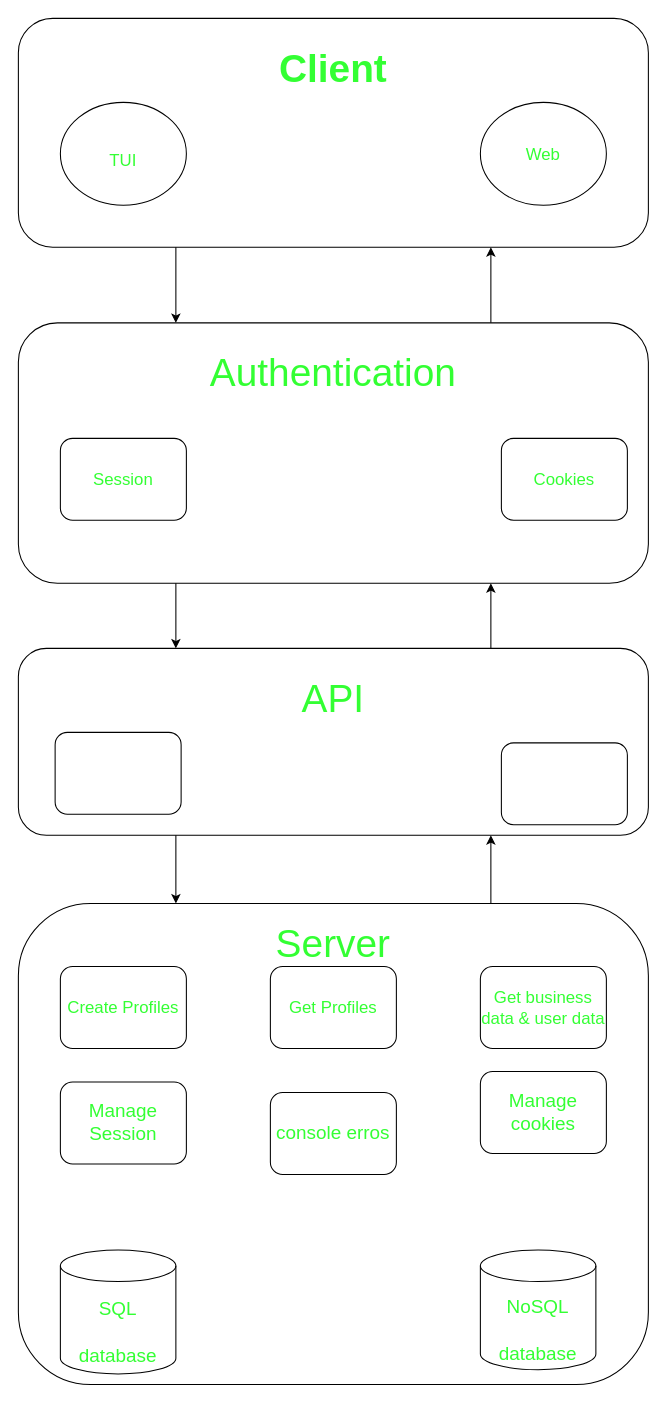
AchiraALX/final_project keeps this draw.io diagram as architecture.drawio. Above is the earlier version. Source tidied: cells renumbered, new cells numbered last; positions are measured from the earlier drawing's top-left corner, leaving out a move shared by most shapes. Both pictures are drawn from the tidied source at 105%, with x=0, y=0 at pixel (18, 18).
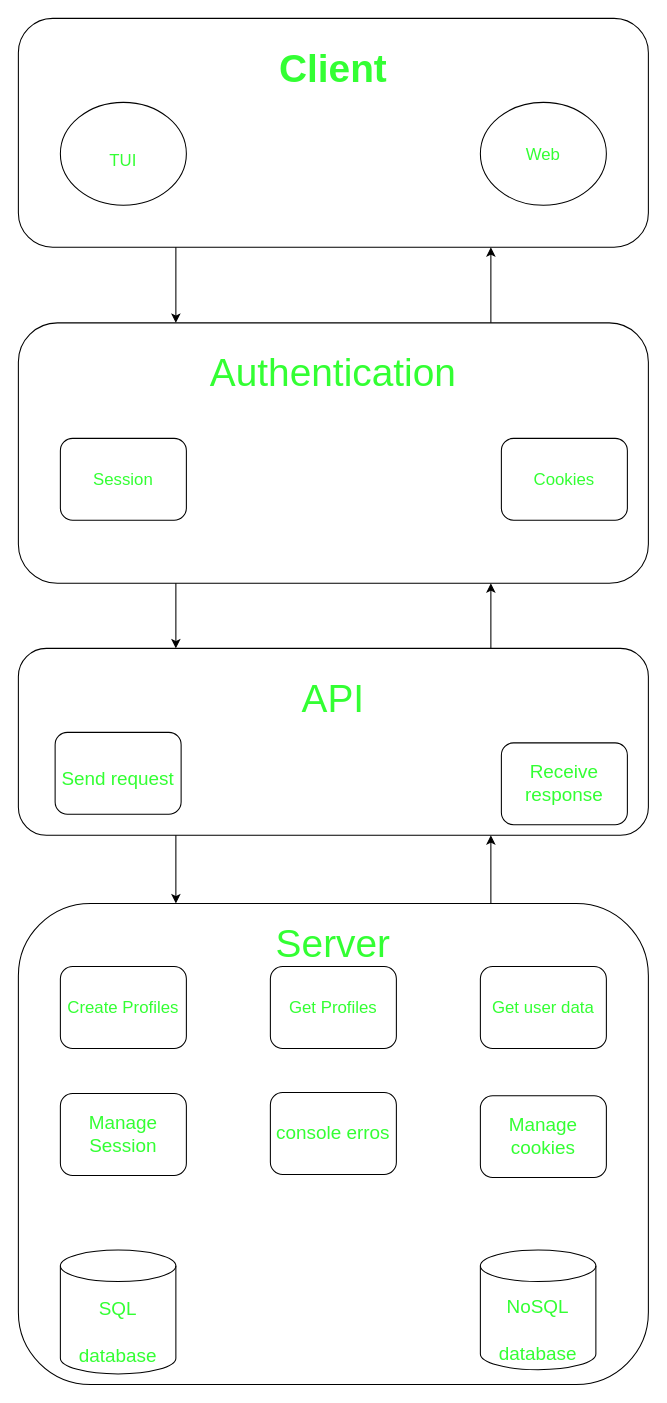
After the change.

What changed in the source:
```diff
@@
-    <mxCell id="18" value="Get business data &amp;amp; user data" style="rounded=1;whiteSpace=wrap;html=1;strokeColor=default;fontSize=16;fontColor=#33FF33;fillColor=none;" parent="1" vertex="1">
+    <mxCell id="18" value="Get user data" style="rounded=1;whiteSpace=wrap;html=1;strokeColor=default;fontSize=16;fontColor=#33FF33;fillColor=none;" parent="1" vertex="1">
       <mxGeometry x="440" y="903" width="120" height="78" as="geometry" />
     </mxCell>
@@
     <mxCell id="20" value="Manage Session" style="rounded=1;whiteSpace=wrap;html=1;strokeColor=default;fontSize=18;fontColor=#33FF33;fillColor=none;" parent="1" vertex="1">
-      <mxGeometry x="40" y="1013" width="120" height="78" as="geometry" />
+      <mxGeometry x="40" y="1024" width="120" height="78" as="geometry" />
     </mxCell>
     <mxCell id="21" value="Manage cookies" style="rounded=1;whiteSpace=wrap;html=1;strokeColor=default;fontSize=18;fontColor=#33FF33;fillColor=none;" parent="1" vertex="1">
-      <mxGeometry x="440" y="1003" width="120" height="78" as="geometry" />
+      <mxGeometry x="440" y="1026" width="120" height="78" as="geometry" />
     </mxCell>
@@
-    <mxCell id="27" style="rounded=1;whiteSpace=wrap;html=1;strokeColor=default;fontSize=37;fontColor=#33FF33;fillColor=none;" parent="1" vertex="1">
+    <mxCell id="27" value="&lt;font style=&quot;font-size: 18px;&quot;&gt;Send request&lt;/font&gt;" style="rounded=1;whiteSpace=wrap;html=1;strokeColor=default;fontSize=37;fontColor=#33FF33;fillColor=none;" parent="1" vertex="1">
       <mxGeometry x="35" y="680" width="120" height="78" as="geometry" />
     </mxCell>
-    <mxCell id="28" style="rounded=1;whiteSpace=wrap;html=1;strokeColor=default;fontSize=18;fontColor=#33FF33;fillColor=none;" parent="1" vertex="1">
+    <mxCell id="28" value="Receive response" style="rounded=1;whiteSpace=wrap;html=1;strokeColor=default;fontSize=18;fontColor=#33FF33;fillColor=none;" parent="1" vertex="1">
       <mxGeometry x="460" y="690" width="120" height="78" as="geometry" />
     </mxCell>
```
